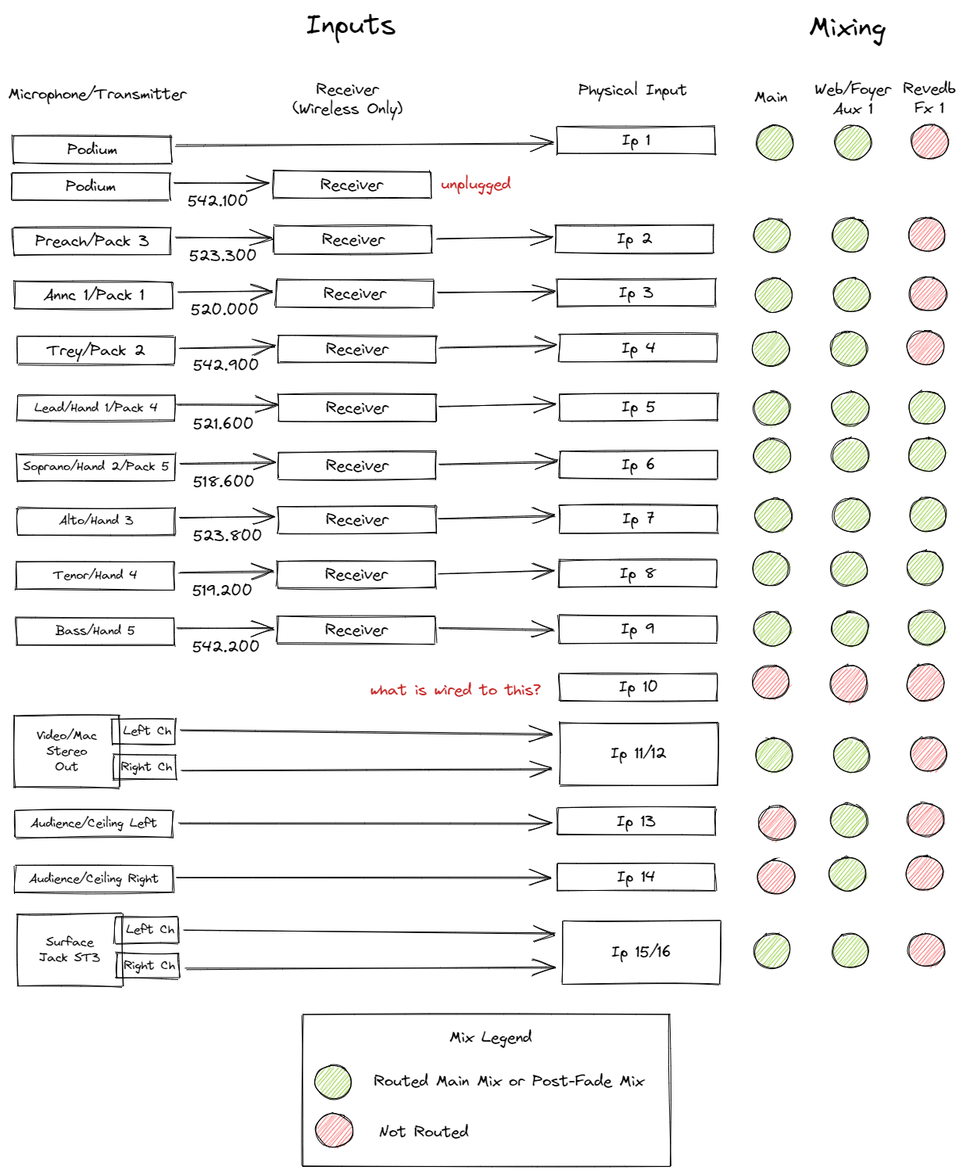
This is img/inputs-and-mixing-draft.excalidraw.png from ckxng/avbooth-docs, a Excalidraw export, as it was before one commit. Source tidied: one line per element, renumbered; positions are measured from the earlier drawing's top-left corner, leaving out a move shared by most shapes.
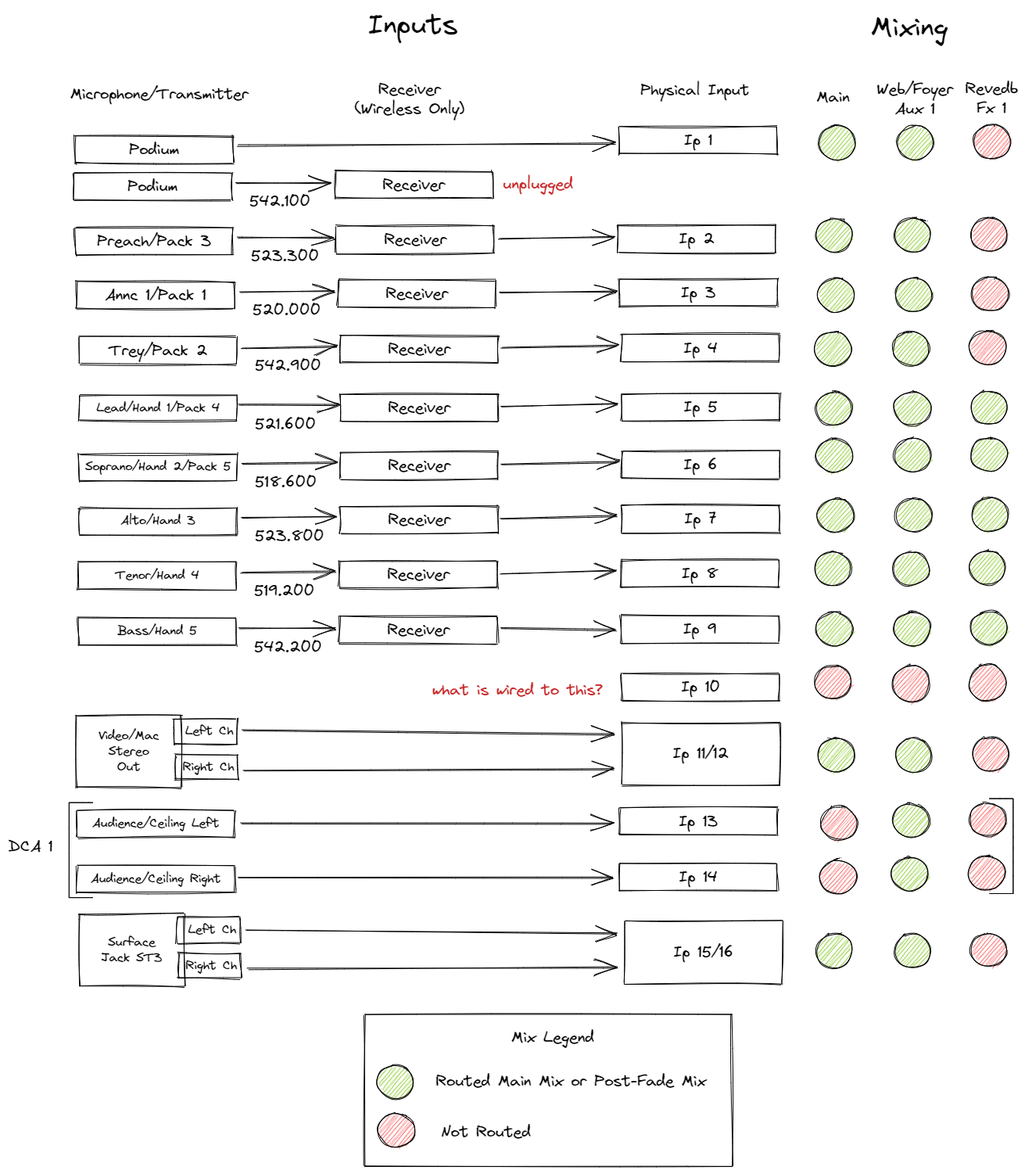
Above is the later version.

What changed in the source:
```diff
@@ -171,3 +171,10 @@
 {"id": 170, "type": "text", "text": "Receiver\n(Wireless Only)", "strokeColor": "#000000", "backgroundColor": "#82c91e", "fillStyle": "hachure", "strokeWidth": 1, "roughness": 1, "fontSize": 20, "fontFamily": 1, "textAlign": "center", "x": 364, "y": 92, "width": 141, "height": 50}
 {"id": 171, "type": "text", "text": "Physical Input", "strokeColor": "#000000", "backgroundColor": "#82c91e", "fillStyle": "hachure", "strokeWidth": 1, "roughness": 1, "fontSize": 20, "fontFamily": 1, "textAlign": "center", "x": 730, "y": 93, "width": 140, "height": 25}
 {"id": 172, "type": "text", "text": "what is wired to this?", "strokeColor": "#c92a2a", "strokeWidth": 1, "roughness": 1, "fontSize": 20, "fontFamily": 1, "x": 464, "y": 860, "width": 219, "height": 25}
+{"id": 173, "type": "line", "strokeColor": "#000000", "backgroundColor": "#fff", "fillStyle": "solid", "strokeWidth": 1, "roughness": 0, "x": 1207, "y": 1011, "width": 0, "height": 121, "points": [[0, 0], [0, 121]]}
+{"id": 174, "type": "line", "strokeColor": "#000000", "backgroundColor": "#fff", "fillStyle": "solid", "strokeWidth": 1, "roughness": 0, "x": 1207, "y": 1011, "width": 30, "height": 0, "points": [[0, 0], [-30, 0]]}
+{"id": 175, "type": "line", "strokeColor": "#000000", "backgroundColor": "#fff", "fillStyle": "solid", "strokeWidth": 1, "roughness": 0, "x": 1207, "y": 1132, "width": 30, "height": 0, "points": [[0, 0], [-30, 0]]}
+{"id": 176, "type": "line", "strokeColor": "#000000", "backgroundColor": "#fff", "fillStyle": "solid", "strokeWidth": 1, "roughness": 0, "x": -1, "y": 1016, "width": 30, "height": 0, "points": [[0, 0], [30, 0]]}
+{"id": 177, "type": "line", "strokeColor": "#000000", "backgroundColor": "#fff", "fillStyle": "solid", "strokeWidth": 1, "roughness": 0, "x": -1, "y": 1016, "width": 0, "height": 121, "points": [[0, 0], [0, 121]]}
+{"id": 178, "type": "line", "strokeColor": "#000000", "backgroundColor": "#fff", "fillStyle": "solid", "strokeWidth": 1, "roughness": 0, "x": -1, "y": 1138, "width": 30, "height": 0, "points": [[0, 0], [30, 0]]}
+{"id": 179, "type": "text", "text": "DCA 1", "strokeColor": "#000000", "backgroundColor": "#82c91e", "fillStyle": "hachure", "strokeWidth": 1, "roughness": 1, "fontSize": 20, "fontFamily": 1, "textAlign": "center", "x": -79, "y": 1060, "width": 58, "height": 25}
```
